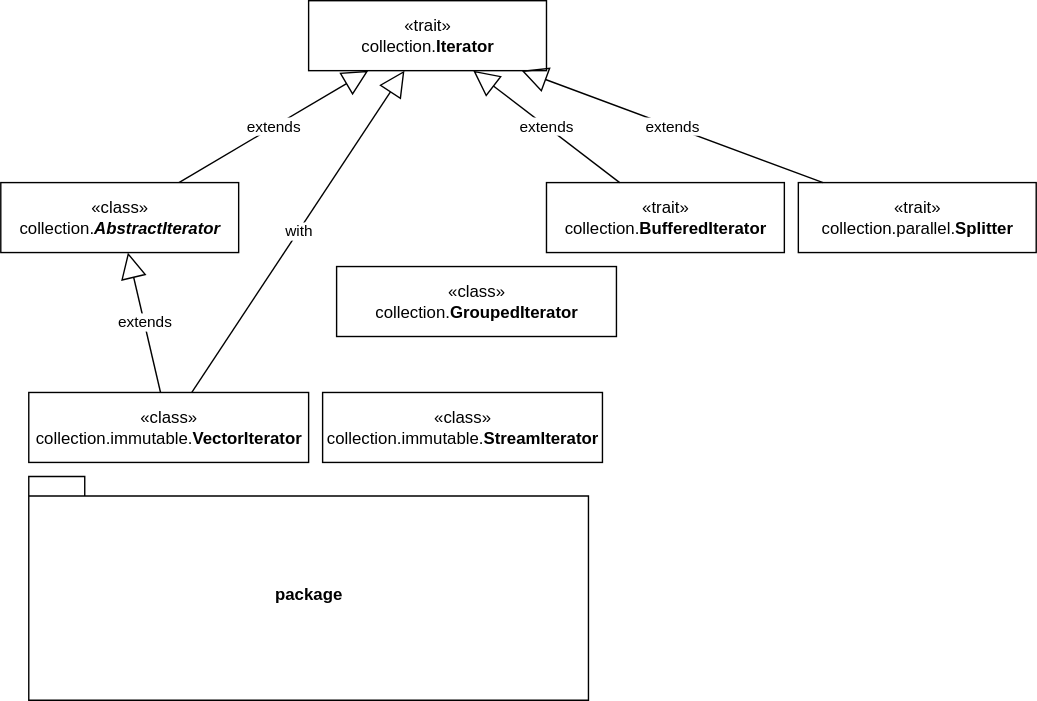
jtLiBrain/jtLiBrain.github.io keeps this draw.io diagram as images/scala/collection-iterator-classes.svg. Above is the earlier version. Source tidied: cells renumbered, new cells last; positions are measured from the earlier drawing's top-left corner, leaving out a move shared by most shapes. The source it was exported from:
```xml
<mxGraphModel>
  <root>
    <mxCell id="0" />
    <mxCell id="1" parent="0" />
    <mxCell id="2" value="«trait»&lt;br&gt;collection.&lt;b&gt;Iterator&lt;/b&gt;" style="html=1;" parent="1" vertex="1">
      <mxGeometry x="220" width="170" height="50" as="geometry" />
    </mxCell>
    <mxCell id="3" value="extends" style="endArrow=block;endSize=16;endFill=0;html=1;" parent="1" edge="1" source="4" target="2">
      <mxGeometry relative="1" as="geometry" />
    </mxCell>
    <mxCell id="4" value="«class»&lt;br&gt;collection.&lt;b&gt;&lt;i&gt;AbstractIterator&lt;/i&gt;&lt;/b&gt;" style="html=1;" parent="1" vertex="1">
      <mxGeometry y="130" width="170" height="50" as="geometry" />
    </mxCell>
    <mxCell id="5" value="«trait»&lt;br&gt;collection.&lt;b&gt;BufferedIterator&lt;/b&gt;" style="html=1;" parent="1" vertex="1">
      <mxGeometry x="390" y="130" width="170" height="50" as="geometry" />
    </mxCell>
    <mxCell id="6" value="extends" style="endArrow=block;endSize=16;endFill=0;html=1;" parent="1" edge="1" source="5" target="2">
      <mxGeometry relative="1" as="geometry" />
    </mxCell>
    <mxCell id="7" value="«class»&lt;br&gt;collection.immutable.&lt;b&gt;VectorIterator&lt;/b&gt;" style="html=1;" parent="1" vertex="1">
      <mxGeometry x="20" y="280" width="200" height="50" as="geometry" />
    </mxCell>
    <mxCell id="8" value="extends" style="endArrow=block;endSize=16;endFill=0;html=1;" parent="1" edge="1" source="7" target="4">
      <mxGeometry relative="1" as="geometry" />
    </mxCell>
    <mxCell id="9" value="with" style="endArrow=block;endSize=16;endFill=0;html=1;" parent="1" edge="1" source="7" target="2">
      <mxGeometry relative="1" as="geometry" />
    </mxCell>
    <mxCell id="10" value="«class»&lt;br&gt;collection.immutable.&lt;b&gt;StreamIterator&lt;/b&gt;" style="html=1;" parent="1" vertex="1">
      <mxGeometry x="230" y="280" width="200" height="50" as="geometry" />
    </mxCell>
    <mxCell id="11" value="«trait»&lt;br&gt;collection.parallel.&lt;b&gt;Splitter&lt;/b&gt;" style="html=1;" parent="1" vertex="1">
      <mxGeometry x="570" y="130" width="170" height="50" as="geometry" />
    </mxCell>
    <mxCell id="12" value="extends" style="endArrow=block;endSize=16;endFill=0;html=1;" parent="1" edge="1" source="11" target="2">
      <mxGeometry relative="1" as="geometry" />
    </mxCell>
    <mxCell id="13" value="«class»&lt;br&gt;collection.&lt;b&gt;GroupedIterator&lt;/b&gt;" style="html=1;" parent="1" vertex="1">
      <mxGeometry x="240" y="190" width="200" height="50" as="geometry" />
    </mxCell>
    <mxCell id="14" value="package" style="shape=folder;fontStyle=1;spacingTop=10;tabWidth=40;tabHeight=14;tabPosition=left;html=1;" parent="1" vertex="1">
      <mxGeometry x="20" y="340" width="400" height="160" as="geometry" />
    </mxCell>
  </root>
</mxGraphModel>
```
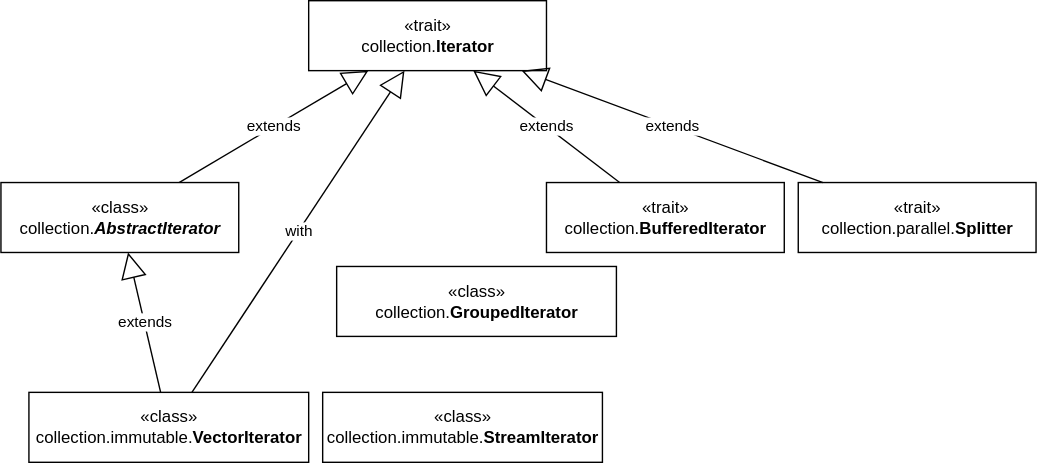
The same diagram one commit later.

The edit, as a diff of the source:
```diff
@@ -38,8 +38,5 @@
     <mxCell id="13" value="«class»&lt;br&gt;collection.&lt;b&gt;GroupedIterator&lt;/b&gt;" style="html=1;" parent="1" vertex="1">
       <mxGeometry x="240" y="190" width="200" height="50" as="geometry" />
     </mxCell>
-    <mxCell id="14" value="package" style="shape=folder;fontStyle=1;spacingTop=10;tabWidth=40;tabHeight=14;tabPosition=left;html=1;" parent="1" vertex="1">
-      <mxGeometry x="20" y="340" width="400" height="160" as="geometry" />
-    </mxCell>
   </root>
 </mxGraphModel>
```
